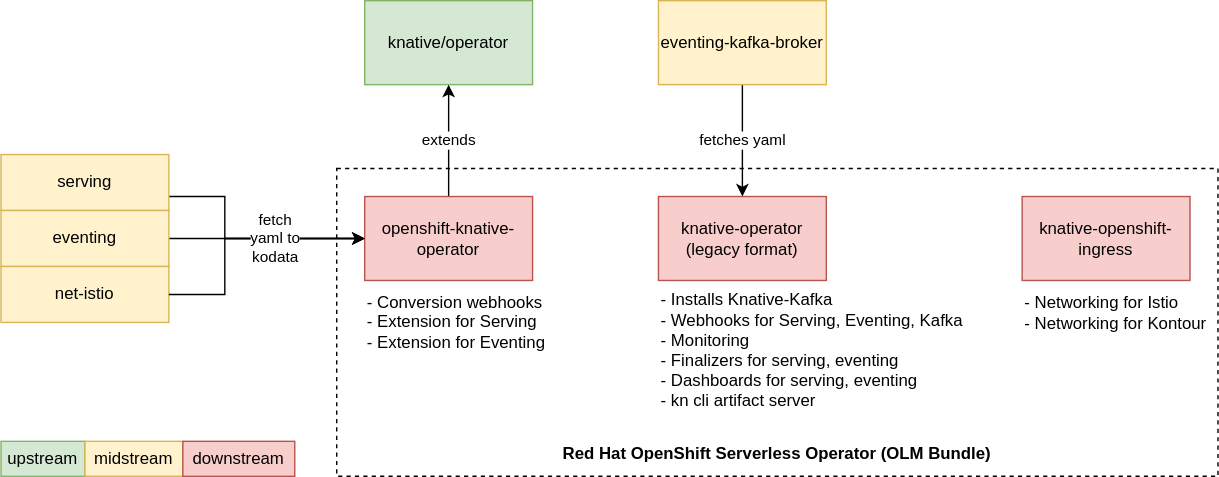
The draw.io diagram openshift-knative/high_level_overview.drawio.svg in ReToCode/diagrams, before a commit. Source tidied: cells renumbered, new cells last; positions are measured from the earlier drawing's top-left corner, leaving out a move shared by most shapes. The source it was exported from:
```xml
<mxGraphModel>
  <root>
    <mxCell id="0" />
    <mxCell id="1" parent="0" />
    <mxCell id="2" value="&amp;nbsp;&lt;br&gt;&lt;br&gt;&lt;br&gt;&lt;br&gt;&lt;br&gt;&lt;br&gt;&lt;br&gt;&lt;br&gt;&lt;br&gt;&lt;br&gt;&lt;br&gt;&lt;br&gt;&lt;br&gt;&lt;b&gt;Red Hat OpenShift Serverless Operator (OLM Bundle)&lt;/b&gt;" style="whiteSpace=wrap;html=1;fillColor=none;strokeColor=#000000;dashed=1;" parent="1" vertex="1">
      <mxGeometry x="240" y="120" width="630" height="220" as="geometry" />
    </mxCell>
    <mxCell id="3" value="knative/operator" style="rounded=0;whiteSpace=wrap;html=1;fillColor=#d5e8d4;strokeColor=#82b366;" parent="1" vertex="1">
      <mxGeometry x="260" width="120" height="60" as="geometry" />
    </mxCell>
    <mxCell id="4" style="edgeStyle=orthogonalEdgeStyle;rounded=0;jettySize=auto;html=1;entryX=0;entryY=0.5;entryDx=0;entryDy=0;" parent="1" edge="1" source="5" target="7">
      <mxGeometry relative="1" as="geometry">
        <Array as="points">
          <mxPoint x="160" y="140" />
          <mxPoint x="160" y="170" />
        </Array>
      </mxGeometry>
    </mxCell>
    <mxCell id="5" value="serving" style="rounded=0;whiteSpace=wrap;html=1;fillColor=#fff2cc;strokeColor=#d6b656;" parent="1" vertex="1">
      <mxGeometry y="110" width="120" height="40" as="geometry" />
    </mxCell>
    <mxCell id="6" value="extends" style="edgeStyle=orthogonalEdgeStyle;rounded=0;jettySize=auto;html=1;entryX=0.5;entryY=1;entryDx=0;entryDy=0;" parent="1" edge="1" source="7" target="3">
      <mxGeometry relative="1" as="geometry" />
    </mxCell>
    <mxCell id="7" value="openshift-knative-operator" style="rounded=0;whiteSpace=wrap;html=1;fillColor=#f8cecc;strokeColor=#b85450;" parent="1" vertex="1">
      <mxGeometry x="260" y="140" width="120" height="60" as="geometry" />
    </mxCell>
    <mxCell id="8" style="edgeStyle=orthogonalEdgeStyle;rounded=0;jettySize=auto;html=1;entryX=0;entryY=0.5;entryDx=0;entryDy=0;" parent="1" edge="1" source="9" target="7">
      <mxGeometry x="0.29" relative="1" as="geometry">
        <Array as="points">
          <mxPoint x="130" y="170" />
          <mxPoint x="130" y="170" />
        </Array>
      </mxGeometry>
    </mxCell>
    <mxCell id="9" value="eventing" style="rounded=0;whiteSpace=wrap;html=1;fillColor=#fff2cc;strokeColor=#d6b656;" parent="1" vertex="1">
      <mxGeometry y="150" width="120" height="40" as="geometry" />
    </mxCell>
    <mxCell id="10" value="- Conversion webhooks&lt;br&gt;- Extension for Serving&lt;br&gt;- Extension for Eventing" style="text;html=1;strokeColor=none;fillColor=none;align=left;verticalAlign=middle;whiteSpace=wrap;rounded=0;" parent="1" vertex="1">
      <mxGeometry x="260" y="200" width="220" height="60" as="geometry" />
    </mxCell>
    <mxCell id="11" value="knative-operator&lt;br&gt;(legacy format)" style="rounded=0;whiteSpace=wrap;html=1;fillColor=#f8cecc;strokeColor=#b85450;" parent="1" vertex="1">
      <mxGeometry x="470" y="140" width="120" height="60" as="geometry" />
    </mxCell>
    <mxCell id="12" value="knative-openshift-ingress" style="rounded=0;whiteSpace=wrap;html=1;fillColor=#f8cecc;strokeColor=#b85450;" parent="1" vertex="1">
      <mxGeometry x="730" y="140" width="120" height="60" as="geometry" />
    </mxCell>
    <mxCell id="13" value="- Networking for Istio&lt;br&gt;- Networking for Kontour" style="text;html=1;strokeColor=none;fillColor=none;align=left;verticalAlign=middle;whiteSpace=wrap;rounded=0;" parent="1" vertex="1">
      <mxGeometry x="730" y="200" width="140" height="46" as="geometry" />
    </mxCell>
    <mxCell id="14" value="fetches yaml" style="edgeStyle=orthogonalEdgeStyle;rounded=0;jettySize=auto;html=1;entryX=0.5;entryY=0;entryDx=0;entryDy=0;" parent="1" edge="1" source="15" target="11">
      <mxGeometry relative="1" as="geometry" />
    </mxCell>
    <mxCell id="15" value="eventing-kafka-broker" style="rounded=0;whiteSpace=wrap;html=1;fillColor=#fff2cc;strokeColor=#d6b656;" parent="1" vertex="1">
      <mxGeometry x="470" width="120" height="60" as="geometry" />
    </mxCell>
    <mxCell id="16" value="- Installs Knative-Kafka&lt;br&gt;- Webhooks for Serving, Eventing,&amp;nbsp;Kafka&lt;br&gt;- Monitoring&lt;br&gt;- Finalizers for serving, eventing&lt;br&gt;- Dashboards for serving, eventing&lt;br&gt;- kn cli artifact server" style="text;html=1;strokeColor=none;fillColor=none;align=left;verticalAlign=middle;whiteSpace=wrap;rounded=0;" parent="1" vertex="1">
      <mxGeometry x="470" y="200" width="300" height="100" as="geometry" />
    </mxCell>
    <mxCell id="17" value="upstream" style="rounded=0;whiteSpace=wrap;html=1;strokeColor=#82b366;fillColor=#d5e8d4;" parent="1" vertex="1">
      <mxGeometry y="315" width="60" height="25" as="geometry" />
    </mxCell>
    <mxCell id="18" value="midstream" style="rounded=0;whiteSpace=wrap;html=1;strokeColor=#d6b656;fillColor=#fff2cc;" parent="1" vertex="1">
      <mxGeometry x="60" y="315" width="70" height="25" as="geometry" />
    </mxCell>
    <mxCell id="19" value="downstream" style="rounded=0;whiteSpace=wrap;html=1;strokeColor=#b85450;fillColor=#f8cecc;" parent="1" vertex="1">
      <mxGeometry x="130" y="315" width="80" height="25" as="geometry" />
    </mxCell>
    <mxCell id="20" value="net-istio" style="rounded=0;whiteSpace=wrap;html=1;fillColor=#fff2cc;strokeColor=#d6b656;" parent="1" vertex="1">
      <mxGeometry y="190" width="120" height="40" as="geometry" />
    </mxCell>
    <mxCell id="21" value="fetch&lt;br&gt;yaml to &lt;br&gt;kodata" style="edgeStyle=orthogonalEdgeStyle;rounded=0;jettySize=auto;html=1;entryX=0;entryY=0.5;entryDx=0;entryDy=0;exitX=1;exitY=0.5;exitDx=0;exitDy=0;" parent="1" edge="1" source="20" target="7">
      <mxGeometry x="0.29" relative="1" as="geometry">
        <Array as="points">
          <mxPoint x="160" y="210" />
          <mxPoint x="160" y="170" />
        </Array>
      </mxGeometry>
    </mxCell>
  </root>
</mxGraphModel>
```
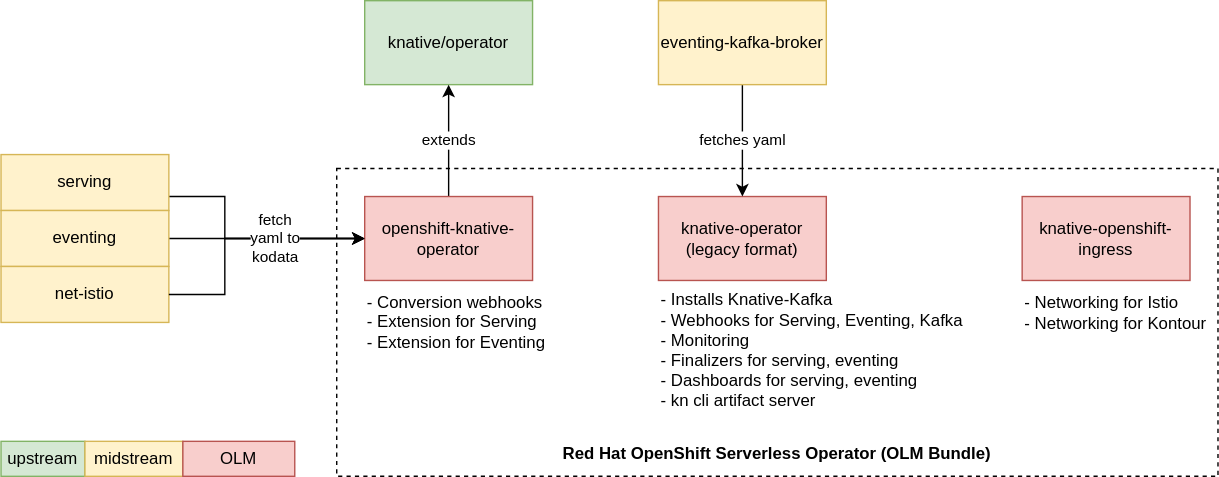
Later version of the same file.

The edit, as a diff of the source:
```diff
@@ -63,7 +63,7 @@
     <mxCell id="18" value="midstream" style="rounded=0;whiteSpace=wrap;html=1;strokeColor=#d6b656;fillColor=#fff2cc;" parent="1" vertex="1">
       <mxGeometry x="60" y="315" width="70" height="25" as="geometry" />
     </mxCell>
-    <mxCell id="19" value="downstream" style="rounded=0;whiteSpace=wrap;html=1;strokeColor=#b85450;fillColor=#f8cecc;" parent="1" vertex="1">
+    <mxCell id="19" value="OLM" style="rounded=0;whiteSpace=wrap;html=1;strokeColor=#b85450;fillColor=#f8cecc;" parent="1" vertex="1">
       <mxGeometry x="130" y="315" width="80" height="25" as="geometry" />
     </mxCell>
     <mxCell id="20" value="net-istio" style="rounded=0;whiteSpace=wrap;html=1;fillColor=#fff2cc;strokeColor=#d6b656;" parent="1" vertex="1">
```
